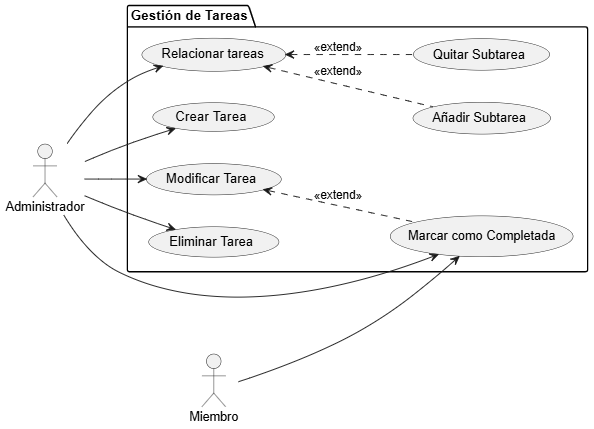
Above: documents/actoresYCasosDeUso/diagramas/diagramaGestionTareas/diagramaGestionTareas.png in inigovaqueroo04/25-26-IdSw1-SdR (PlantUML), before the change. Its source is kept beside it as documents/actoresYCasosDeUso/diagramas/diagramaGestionTareas/diagramaGestionTareas.puml.
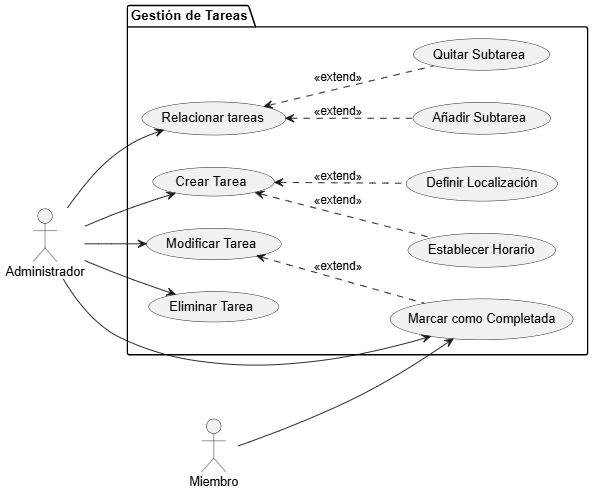
The same diagram one commit later.

Commit message:
Fix DiagramaGestionTareas: Ref issue #20

Change to the diagram source:
```diff
@@ -11,7 +11,8 @@
         usecase "Marcar como Completada" as UC4
         usecase "Añadir Subtarea" as UC5a
         usecase "Quitar Subtarea" as UC5b
-
+        usecase "Establecer Horario" as UC6
+        usecase "Definir Localización" as UC7
     }
 
     Admin --> UC1
@@ -23,4 +24,6 @@
     UC5 <.. UC5a : <<extend>>
     UC5 <.. UC5b : <<extend>>
     UC2 <.. UC4 : <<extend>>
+    UC1 <.. UC6 : <<extend>>
+    UC1 <.. UC7 : <<extend>>
 @enduml
```
